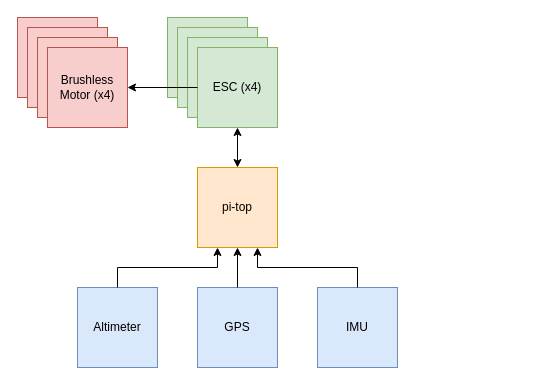
joshiswhite19/pt-drone keeps this draw.io diagram as diagrams/pt-drone-hardware-description.drawio. Above is the earlier version. Source tidied: cells renumbered, new cells numbered last; positions are measured from the earlier drawing's top-left corner, leaving out a move shared by most shapes. Both pictures are drawn from the tidied source at 100%, with x=0, y=0 at pixel (17, 17).
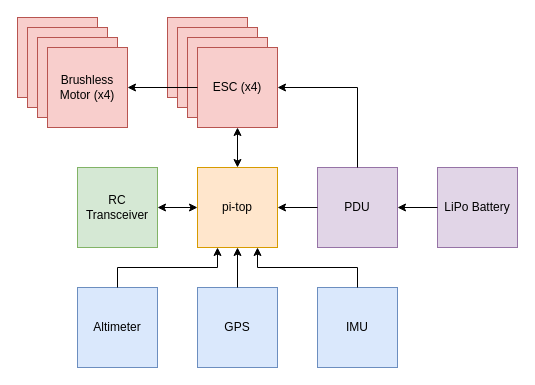
The same page after the edit.

The change refers to these unchanged cells:
```xml
<mxCell id="2" value="pi-top" style="whiteSpace=wrap;html=1;fillColor=#ffe6cc;strokeColor=#d79b00;" parent="1" vertex="1">
  <mxGeometry x="180" y="150" width="80" height="80" as="geometry" />
</mxCell>
<mxCell id="3" style="group;" parent="1" vertex="1">
  <mxGeometry x="150" width="110" height="110" as="geometry" />
</mxCell>
<mxCell id="16" value="Brushless Motor (x4)" style="whiteSpace=wrap;html=1;fillColor=#f8cecc;strokeColor=#b85450;" parent="12" vertex="1">
  <mxGeometry x="30" y="30" width="80" height="80" as="geometry" />
</mxCell>
```

The edit, as a diff of the source:
```diff
@@
-    <mxCell id="4" style="whiteSpace=wrap;html=1;fillColor=#d5e8d4;strokeColor=#82b366;" parent="3" vertex="1">
+    <mxCell id="4" style="whiteSpace=wrap;html=1;fillColor=#f8cecc;strokeColor=#b85450;" parent="3" vertex="1">
       <mxGeometry width="80" height="80" as="geometry" />
     </mxCell>
-    <mxCell id="5" style="whiteSpace=wrap;html=1;fillColor=#d5e8d4;strokeColor=#82b366;" parent="3" vertex="1">
+    <mxCell id="5" style="whiteSpace=wrap;html=1;fillColor=#f8cecc;strokeColor=#b85450;" parent="3" vertex="1">
       <mxGeometry x="10" y="10" width="80" height="80" as="geometry" />
     </mxCell>
-    <mxCell id="6" style="whiteSpace=wrap;html=1;fillColor=#d5e8d4;strokeColor=#82b366;" parent="3" vertex="1">
+    <mxCell id="6" style="whiteSpace=wrap;html=1;fillColor=#f8cecc;strokeColor=#b85450;" parent="3" vertex="1">
       <mxGeometry x="20" y="20" width="80" height="80" as="geometry" />
     </mxCell>
-    <mxCell id="7" value="ESC (x4)" style="whiteSpace=wrap;html=1;fillColor=#d5e8d4;strokeColor=#82b366;" parent="3" vertex="1">
+    <mxCell id="7" value="ESC (x4)" style="whiteSpace=wrap;html=1;fillColor=#f8cecc;strokeColor=#b85450;" parent="3" vertex="1">
       <mxGeometry x="30" y="30" width="80" height="80" as="geometry" />
     </mxCell>
@@
-    <mxCell id="17" style="endArrow=classic;html=1;rounded=0;exitX=0;exitY=0.5;exitDx=0;exitDy=0;" parent="1" edge="1" source="7">
-      <mxGeometry relative="1" as="geometry">
-        <mxPoint x="110" y="70" as="targetPoint" />
-      </mxGeometry>
+    <mxCell id="17" style="endArrow=classic;html=1;rounded=0;exitX=0;exitY=0.5;exitDx=0;exitDy=0;entryX=1;entryY=0.5;entryDx=0;entryDy=0;" parent="1" edge="1" source="7" target="16">
+      <mxGeometry relative="1" as="geometry" />
     </mxCell>
@@
+    <mxCell id="21" value="RC Transceiver" style="whiteSpace=wrap;html=1;fillColor=#d5e8d4;strokeColor=#82b366;" parent="1" vertex="1">
+      <mxGeometry x="60" y="150" width="80" height="80" as="geometry" />
+    </mxCell>
+    <mxCell id="22" style="endArrow=classic;startArrow=classic;html=1;rounded=0;entryX=1;entryY=0.5;entryDx=0;entryDy=0;exitX=0;exitY=0.5;exitDx=0;exitDy=0;" parent="1" edge="1" source="2" target="21">
+      <mxGeometry relative="1" as="geometry" />
+    </mxCell>
+    <mxCell id="23" value="PDU" style="whiteSpace=wrap;html=1;fillColor=#e1d5e7;strokeColor=#9673a6;" parent="1" vertex="1">
+      <mxGeometry x="300" y="150" width="80" height="80" as="geometry" />
+    </mxCell>
+    <mxCell id="24" style="endArrow=classic;html=1;rounded=0;exitX=0;exitY=0.5;exitDx=0;exitDy=0;entryX=1;entryY=0.5;entryDx=0;entryDy=0;" parent="1" edge="1" source="23" target="2">
+      <mxGeometry relative="1" as="geometry" />
+    </mxCell>
+    <mxCell id="25" style="endArrow=classic;html=1;rounded=0;exitX=0.5;exitY=0;exitDx=0;exitDy=0;" parent="1" edge="1" source="23">
+      <mxGeometry relative="1" as="geometry">
+        <mxPoint x="260" y="70" as="targetPoint" />
+        <Array as="points">
+          <mxPoint x="340" y="70" />
+        </Array>
+      </mxGeometry>
+    </mxCell>
+    <mxCell id="26" value="LiPo Battery" style="whiteSpace=wrap;html=1;fillColor=#e1d5e7;strokeColor=#9673a6;" parent="1" vertex="1">
+      <mxGeometry x="420" y="150" width="80" height="80" as="geometry" />
+    </mxCell>
+    <mxCell id="27" style="endArrow=classic;html=1;rounded=0;exitX=0;exitY=0.5;exitDx=0;exitDy=0;entryX=1;entryY=0.5;entryDx=0;entryDy=0;" parent="1" edge="1" source="26" target="23">
+      <mxGeometry relative="1" as="geometry" />
+    </mxCell>
```
